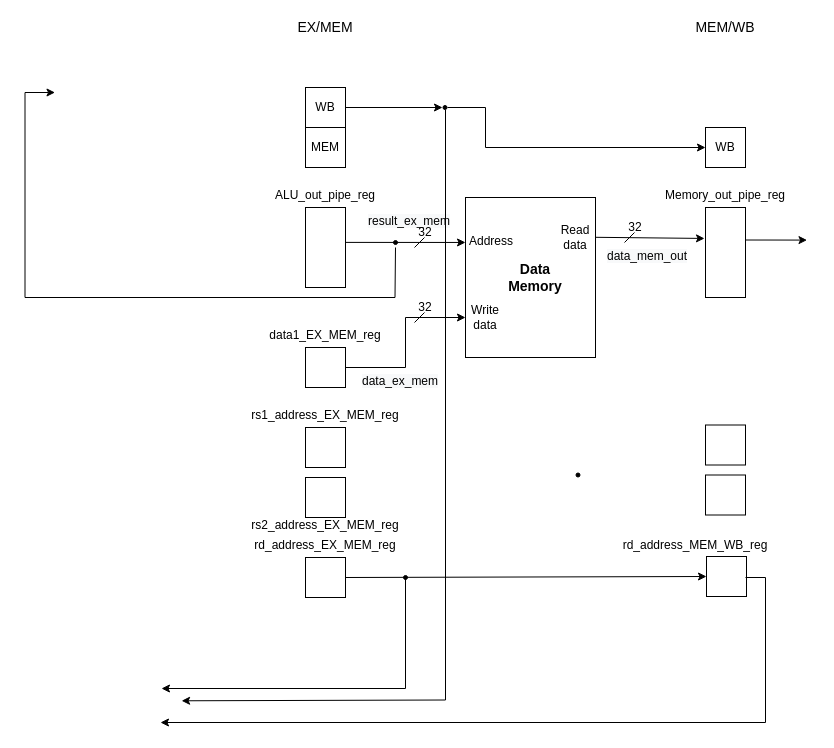
Earlier version of the draw.io diagram lab3/memory.drawio (Dragosk97/ISA-laboratories). Source tidied: cells renumbered, new cells numbered last; positions are measured from the earlier drawing's top-left corner, leaving out a move shared by most shapes. Both pictures are drawn from the tidied source at 100%, with x=0, y=0 at pixel (25, 17).
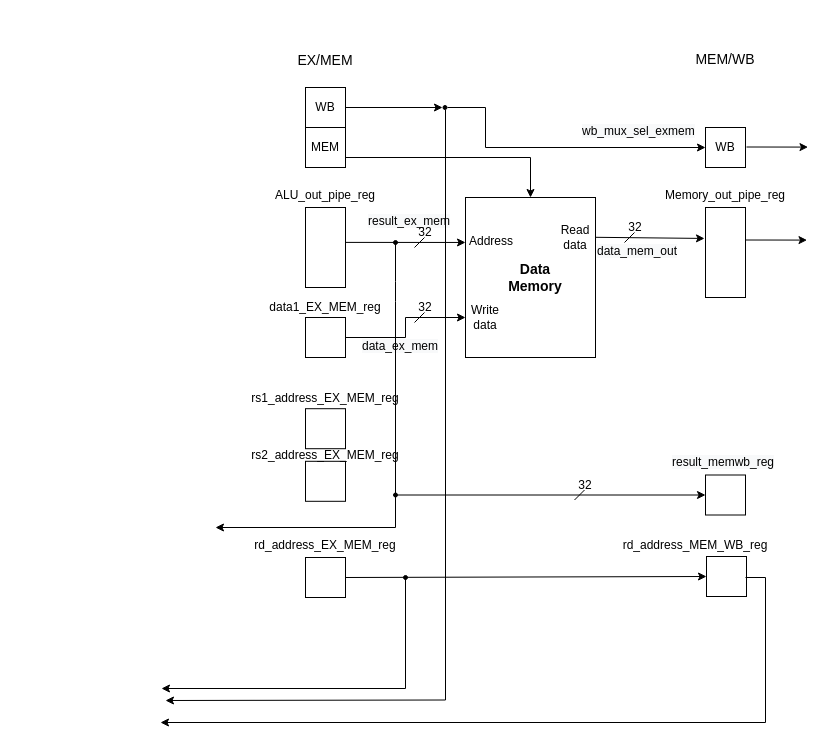
After the change.

The change refers to these unchanged cells:
```xml
<mxCell id="7" style="rounded=0;whiteSpace=wrap;html=1;strokeWidth=1;fillColor=none;" parent="6" vertex="1">
  <mxGeometry width="130" height="160" as="geometry" />
</mxCell>
<mxCell id="17" value="MEM" style="rounded=0;whiteSpace=wrap;html=1;" parent="1" vertex="1">
  <mxGeometry x="280" y="110" width="40" height="40" as="geometry" />
</mxCell>
<mxCell id="26" style="rounded=0;whiteSpace=wrap;html=1;" parent="1" vertex="1">
  <mxGeometry x="680" y="457.5" width="40" height="40" as="geometry" />
</mxCell>
```

Diff of the diagram source:
```diff
@@
     <mxCell id="4" value="&lt;font style=&quot;font-size: 14px&quot;&gt;EX/MEM&lt;/font&gt;" style="text;html=1;strokeColor=none;fillColor=none;align=center;verticalAlign=middle;whiteSpace=wrap;rounded=0;dashed=1;" parent="1" vertex="1">
-      <mxGeometry x="280" width="40" height="20" as="geometry" />
+      <mxGeometry x="280" y="33" width="40" height="20" as="geometry" />
     </mxCell>
@@
     <mxCell id="15" value="&lt;font style=&quot;font-size: 14px&quot;&gt;MEM/WB&lt;/font&gt;" style="text;html=1;strokeColor=none;fillColor=none;align=center;verticalAlign=middle;whiteSpace=wrap;rounded=0;dashed=1;" parent="1" vertex="1">
-      <mxGeometry x="680" width="40" height="20" as="geometry" />
+      <mxGeometry x="680" y="32" width="40" height="20" as="geometry" />
     </mxCell>
@@
+    <mxCell id="54" style="edgeStyle=orthogonalEdgeStyle;rounded=0;jettySize=auto;html=1;exitX=1;exitY=0.5;exitDx=0;exitDy=0;entryX=0.5;entryY=0;entryDx=0;entryDy=0;" parent="1" edge="1" source="17" target="7">
+      <mxGeometry relative="1" as="geometry">
+        <Array as="points">
+          <mxPoint x="320" y="140" />
+          <mxPoint x="505" y="140" />
+        </Array>
+      </mxGeometry>
+    </mxCell>
@@
     <mxCell id="19" style="rounded=0;whiteSpace=wrap;html=1;" parent="1" vertex="1">
-      <mxGeometry x="280" y="410" width="40" height="40" as="geometry" />
+      <mxGeometry x="280" y="391.2" width="40" height="40" as="geometry" />
     </mxCell>
     <mxCell id="20" style="rounded=0;whiteSpace=wrap;html=1;" parent="1" vertex="1">
-      <mxGeometry x="280" y="460" width="40" height="40" as="geometry" />
+      <mxGeometry x="280" y="443.8" width="40" height="40" as="geometry" />
     </mxCell>
     <mxCell id="21" value="rs1_address_EX_MEM_reg" style="text;html=1;strokeColor=none;fillColor=none;align=center;verticalAlign=middle;whiteSpace=wrap;rounded=0;" parent="1" vertex="1">
-      <mxGeometry x="280" y="387.5" width="40" height="20" as="geometry" />
+      <mxGeometry x="280" y="371.2" width="40" height="20" as="geometry" />
     </mxCell>
     <mxCell id="22" value="rs2_address_EX_MEM_reg" style="text;html=1;strokeColor=none;fillColor=none;align=center;verticalAlign=middle;whiteSpace=wrap;rounded=0;" parent="1" vertex="1">
-      <mxGeometry x="280" y="497.5" width="40" height="20" as="geometry" />
+      <mxGeometry x="280" y="427.5" width="40" height="20" as="geometry" />
     </mxCell>
@@
-    <mxCell id="27" style="rounded=0;whiteSpace=wrap;html=1;" parent="1" vertex="1">
-      <mxGeometry x="680" y="407.5" width="40" height="40" as="geometry" />
-    </mxCell>
@@
+    <mxCell id="55" style="edgeStyle=orthogonalEdgeStyle;rounded=0;jettySize=auto;html=1;exitX=0.9;exitY=0.5;exitDx=0;exitDy=0;exitPerimeter=0;" parent="1" edge="1" source="31" target="26">
+      <mxGeometry relative="1" as="geometry" />
+    </mxCell>
     <mxCell id="31" style="verticalLabelPosition=bottom;shadow=0;dashed=0;align=center;html=1;verticalAlign=top;shape=mxgraph.electrical.logic_gates.inverting_contact;fillColor=#000000;" parent="1" vertex="1">
-      <mxGeometry x="550" y="455" width="5" height="5" as="geometry" />
+      <mxGeometry x="367.5" y="475" width="5" height="5" as="geometry" />
     </mxCell>
@@
     <mxCell id="34" style="rounded=0;whiteSpace=wrap;html=1;" parent="1" vertex="1">
-      <mxGeometry x="280" y="330" width="40" height="40" as="geometry" />
+      <mxGeometry x="280" y="300" width="40" height="40" as="geometry" />
     </mxCell>
     <mxCell id="35" value="data1_EX_MEM_reg&lt;br&gt;" style="text;html=1;strokeColor=none;fillColor=none;align=center;verticalAlign=middle;whiteSpace=wrap;rounded=0;" parent="1" vertex="1">
-      <mxGeometry x="280" y="307.5" width="40" height="20" as="geometry" />
+      <mxGeometry x="280" y="280" width="40" height="20" as="geometry" />
     </mxCell>
@@
-    <mxCell id="40" style="endArrow=classic;html=1;entryX=0.5;entryY=1;entryDx=0;entryDy=0;rounded=0;" parent="1" edge="1">
-      <mxGeometry relative="1" as="geometry">
-        <mxPoint x="370" y="230" as="sourcePoint" />
-        <mxPoint x="29.5" y="75" as="targetPoint" />
-        <Array as="points">
-          <mxPoint x="369.5" y="280" />
-          <mxPoint x="-0.5" y="280" />
-          <mxPoint x="-0.5" y="75" />
-        </Array>
-      </mxGeometry>
-    </mxCell>
     <mxCell id="41" value="&lt;span style=&quot;color: rgb(0 , 0 , 0) ; font-family: &amp;#34;helvetica&amp;#34; ; font-size: 12px ; font-style: normal ; font-weight: 400 ; letter-spacing: normal ; text-align: center ; text-indent: 0px ; text-transform: none ; word-spacing: 0px ; background-color: rgb(248 , 249 , 250) ; display: inline ; float: none&quot;&gt;data_ex_mem&lt;/span&gt;" style="text;whiteSpace=wrap;html=1;" parent="1" vertex="1">
-      <mxGeometry x="335" y="350" width="70" height="30" as="geometry" />
+      <mxGeometry x="335" y="315" width="70" height="30" as="geometry" />
     </mxCell>
@@
     <mxCell id="48" value="&lt;span style=&quot;color: rgb(0 , 0 , 0) ; font-family: &amp;#34;helvetica&amp;#34; ; font-size: 12px ; font-style: normal ; font-weight: 400 ; letter-spacing: normal ; text-align: center ; text-indent: 0px ; text-transform: none ; word-spacing: 0px ; background-color: rgb(248 , 249 , 250) ; display: inline ; float: none&quot;&gt;data_mem_out&lt;/span&gt;" style="text;whiteSpace=wrap;html=1;" parent="1" vertex="1">
-      <mxGeometry x="580" y="225" width="60" height="30" as="geometry" />
+      <mxGeometry x="570" y="220" width="60" height="30" as="geometry" />
     </mxCell>
@@
-    <mxCell id="51" style="endArrow=classic;html=1;entryX=1.009;entryY=0.347;entryDx=0;entryDy=0;entryPerimeter=0;rounded=0;" parent="1" edge="1">
+    <mxCell id="51" style="endArrow=classic;html=1;rounded=0;" parent="1" edge="1">
       <mxGeometry relative="1" as="geometry">
         <mxPoint x="420" y="92.5" as="sourcePoint" />
-        <mxPoint x="156.1" y="683.3" as="targetPoint" />
+        <mxPoint x="140" y="683" as="targetPoint" />
         <Array as="points">
           <mxPoint x="420" y="682.5" />
         </Array>
       </mxGeometry>
     </mxCell>
@@
+    <mxCell id="56" style="endArrow=classic;html=1;entryX=0.301;entryY=1.002;entryDx=0;entryDy=0;entryPerimeter=0;" parent="1" edge="1">
+      <mxGeometry relative="1" as="geometry">
+        <mxPoint x="721" y="129.5" as="sourcePoint" />
+        <mxPoint x="782.5" y="129.6" as="targetPoint" />
+      </mxGeometry>
+    </mxCell>
+    <mxCell id="57" value="&lt;span style=&quot;color: rgb(0 , 0 , 0) ; font-family: &amp;#34;helvetica&amp;#34; ; font-size: 12px ; font-style: normal ; font-weight: 400 ; letter-spacing: normal ; text-align: center ; text-indent: 0px ; text-transform: none ; word-spacing: 0px ; background-color: rgb(248 , 249 , 250) ; display: inline ; float: none&quot;&gt;wb_mux_sel_exmem&lt;/span&gt;" style="text;whiteSpace=wrap;html=1;" parent="1" vertex="1">
+      <mxGeometry x="555" y="100" width="90" height="30" as="geometry" />
+    </mxCell>
+    <mxCell id="58" value="&lt;span style=&quot;color: rgb(0 , 0 , 0) ; font-family: &amp;#34;helvetica&amp;#34; ; font-size: 12px ; font-style: normal ; font-weight: 400 ; letter-spacing: normal ; text-align: center ; text-indent: 0px ; text-transform: none ; word-spacing: 0px ; background-color: rgb(248 , 249 , 250) ; display: inline ; float: none&quot;&gt;result_memwb_reg&lt;/span&gt;" style="text;whiteSpace=wrap;html=1;" parent="1" vertex="1">
+      <mxGeometry x="645" y="431.2" width="110" height="30" as="geometry" />
+    </mxCell>
+    <mxCell id="59" style="endArrow=none;html=1;" parent="1" edge="1">
+      <mxGeometry relative="1" as="geometry">
+        <mxPoint x="370" y="510" as="sourcePoint" />
+        <mxPoint x="370" y="224" as="targetPoint" />
+        <Array as="points">
+          <mxPoint x="370" y="274" />
+        </Array>
+      </mxGeometry>
+    </mxCell>
+    <mxCell id="60" style="endArrow=classic;html=1;" parent="1" edge="1">
+      <mxGeometry relative="1" as="geometry">
+        <mxPoint x="370" y="510" as="sourcePoint" />
+        <mxPoint x="190" y="510" as="targetPoint" />
+      </mxGeometry>
+    </mxCell>
+    <mxCell id="61" style="endArrow=none;html=1;" parent="1" edge="1">
+      <mxGeometry relative="1" as="geometry">
+        <mxPoint x="549" y="482.5" as="sourcePoint" />
+        <mxPoint x="559" y="472.5" as="targetPoint" />
+      </mxGeometry>
+    </mxCell>
+    <mxCell id="62" value="32" style="text;html=1;strokeColor=none;fillColor=none;align=center;verticalAlign=middle;whiteSpace=wrap;rounded=0;" parent="1" vertex="1">
+      <mxGeometry x="540" y="457.5" width="40" height="20" as="geometry" />
+    </mxCell>
```
